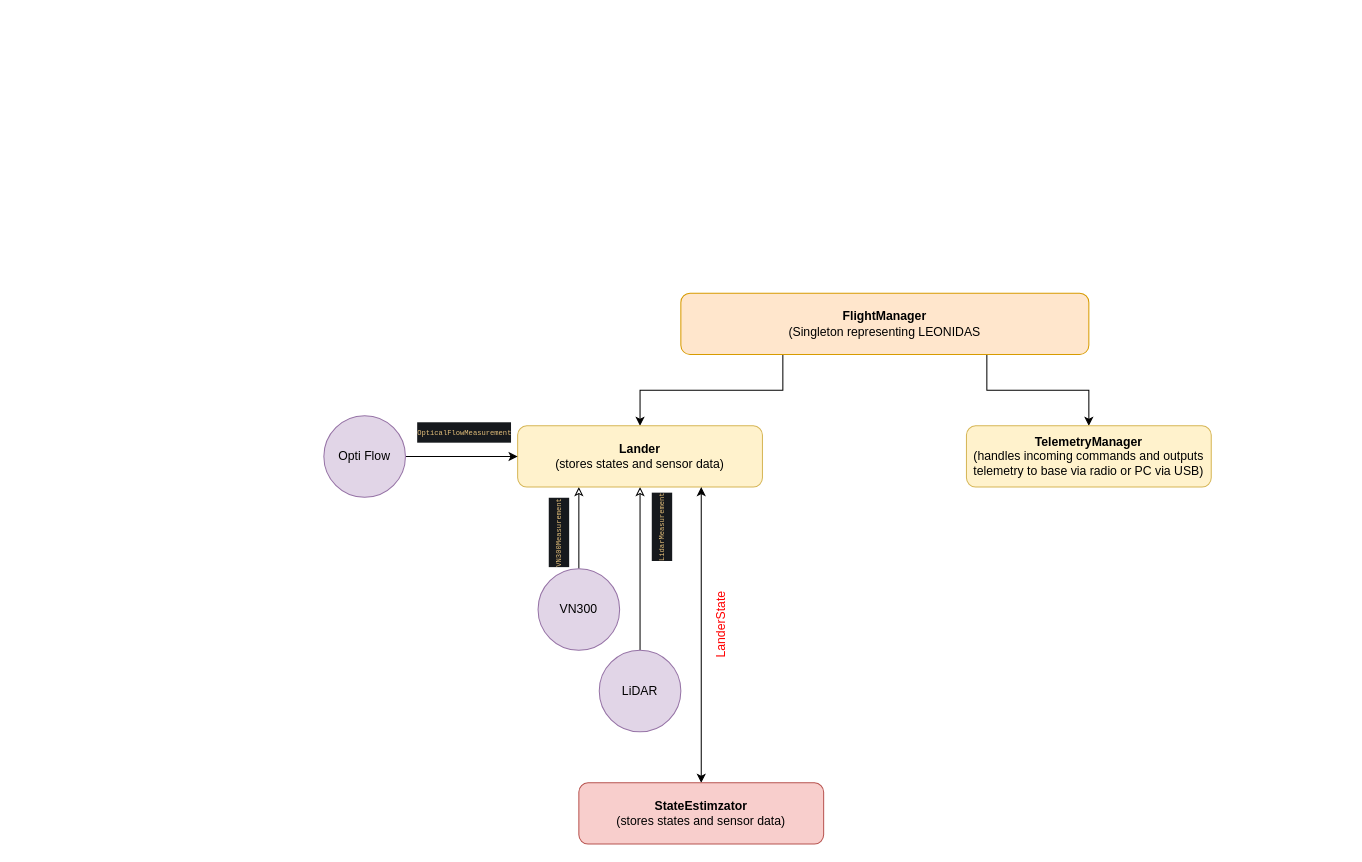
Before: notes/DIAGRAM.drawio in alexcrrera/leonidas-lander, a draw.io diagram. Source tidied: cells renumbered, new cells numbered last; positions are measured from the earlier drawing's top-left corner, leaving out a move shared by most shapes. Both pictures are drawn from the tidied source at 102%, with x=0, y=0 at pixel (323, 293).
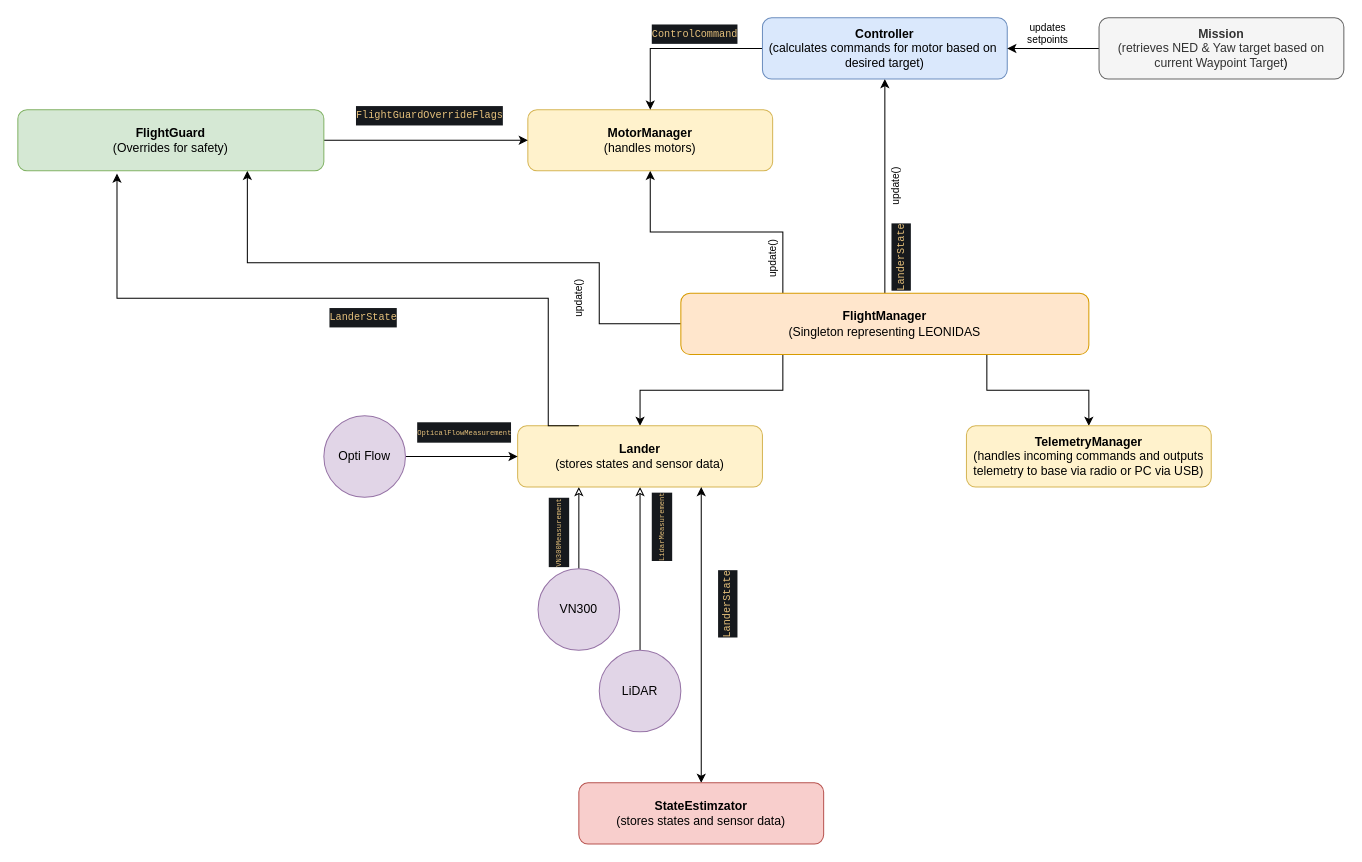
The same diagram, later.

The change refers to these unchanged cells:
```xml
<mxCell id="4" value="&lt;b&gt;FlightManager&lt;/b&gt;&lt;div&gt;(Singleton representing LEONIDAS&lt;/div&gt;" style="rounded=1;whiteSpace=wrap;html=1;fillColor=#ffe6cc;strokeColor=#d79b00;" parent="1" vertex="1">
  <mxGeometry x="350" width="400" height="60" as="geometry" />
</mxCell>
<mxCell id="7" value="&lt;b&gt;Lander&lt;/b&gt;&lt;div&gt;(stores states and sensor data)&lt;/div&gt;" style="rounded=1;whiteSpace=wrap;html=1;fillColor=#fff2cc;strokeColor=#d6b656;" parent="1" vertex="1">
  <mxGeometry x="190" y="130" width="240" height="60" as="geometry" />
</mxCell>
```

The edit, as a diff of the source:
```diff
@@
+    <mxCell id="19" style="edgeStyle=orthogonalEdgeStyle;rounded=0;jettySize=auto;html=1;exitX=0.25;exitY=0;exitDx=0;exitDy=0;entryX=0.5;entryY=1;entryDx=0;entryDy=0;" parent="1" edge="1" source="4" target="22">
+      <mxGeometry relative="1" as="geometry" />
+    </mxCell>
+    <mxCell id="20" style="edgeStyle=orthogonalEdgeStyle;rounded=0;jettySize=auto;html=1;exitX=0.5;exitY=0;exitDx=0;exitDy=0;entryX=0.5;entryY=1;entryDx=0;entryDy=0;" parent="1" edge="1" source="4" target="25">
+      <mxGeometry relative="1" as="geometry" />
+    </mxCell>
+    <mxCell id="21" style="edgeStyle=orthogonalEdgeStyle;rounded=0;jettySize=auto;html=1;exitX=0;exitY=0.5;exitDx=0;exitDy=0;entryX=0.75;entryY=1;entryDx=0;entryDy=0;" parent="1" edge="1" source="4" target="29">
+      <mxGeometry relative="1" as="geometry">
+        <Array as="points">
+          <mxPoint x="270" y="30" />
+          <mxPoint x="270" y="-30" />
+          <mxPoint x="-75" y="-30" />
+        </Array>
+      </mxGeometry>
+    </mxCell>
@@
-    <mxCell id="18" value="LanderState" style="text;html=1;align=center;verticalAlign=middle;whiteSpace=wrap;rounded=0;rotation=-90;fontColor=#FF0000;" parent="1" vertex="1">
-      <mxGeometry x="360" y="310" width="60" height="30" as="geometry" />
-    </mxCell>
+    <mxCell id="22" value="&lt;b&gt;MotorManager&lt;/b&gt;&lt;div&gt;(handles motors)&lt;/div&gt;" style="rounded=1;whiteSpace=wrap;html=1;fillColor=#fff2cc;strokeColor=#d6b656;" parent="1" vertex="1">
+      <mxGeometry x="200" y="-180" width="240" height="60" as="geometry" />
+    </mxCell>
+    <mxCell id="23" value="update()" style="text;html=1;align=center;verticalAlign=middle;whiteSpace=wrap;rounded=0;fontSize=10;rotation=-90;" parent="1" vertex="1">
+      <mxGeometry x="410" y="-49" width="60" height="30" as="geometry" />
+    </mxCell>
+    <mxCell id="24" style="edgeStyle=orthogonalEdgeStyle;rounded=0;jettySize=auto;html=1;exitX=0;exitY=0.5;exitDx=0;exitDy=0;" parent="1" edge="1" source="25" target="22">
+      <mxGeometry relative="1" as="geometry" />
+    </mxCell>
+    <mxCell id="25" value="&lt;div&gt;&lt;b&gt;Controller&lt;/b&gt;&lt;/div&gt;&lt;div&gt;(calculates commands for motor based on&amp;nbsp;&lt;/div&gt;&lt;div&gt;desired target)&lt;/div&gt;" style="rounded=1;whiteSpace=wrap;html=1;fillColor=#dae8fc;strokeColor=#6c8ebf;" parent="1" vertex="1">
+      <mxGeometry x="430" y="-270" width="240" height="60" as="geometry" />
+    </mxCell>
+    <mxCell id="26" value="update()" style="text;html=1;align=center;verticalAlign=middle;whiteSpace=wrap;rounded=0;fontSize=10;rotation=-90;" parent="1" vertex="1">
+      <mxGeometry x="530" y="-120" width="60" height="30" as="geometry" />
+    </mxCell>
+    <mxCell id="27" value="&lt;div style=&quot;color: rgb(171, 178, 191); background-color: rgb(22, 25, 29); font-family: Consolas, &amp;quot;Courier New&amp;quot;, monospace; font-weight: normal; line-height: 19px; white-space: pre;&quot;&gt;&lt;div&gt;&lt;div style=&quot;line-height: 19px;&quot;&gt;&lt;span style=&quot;color: rgb(229, 192, 123);&quot;&gt;&lt;font&gt;ControlCommand&lt;/font&gt;&lt;/span&gt;&lt;/div&gt;&lt;/div&gt;&lt;/div&gt;" style="text;whiteSpace=wrap;html=1;fontSize=10;" parent="1" vertex="1">
+      <mxGeometry x="320" y="-270" width="90" height="40" as="geometry" />
+    </mxCell>
+    <mxCell id="28" style="edgeStyle=orthogonalEdgeStyle;rounded=0;jettySize=auto;html=1;exitX=1;exitY=0.5;exitDx=0;exitDy=0;entryX=0;entryY=0.5;entryDx=0;entryDy=0;" parent="1" edge="1" source="29" target="22">
+      <mxGeometry relative="1" as="geometry" />
+    </mxCell>
+    <mxCell id="29" value="&lt;div&gt;&lt;b&gt;FlightGuard&lt;/b&gt;&lt;/div&gt;&lt;div&gt;(Overrides for safety)&lt;/div&gt;" style="rounded=1;whiteSpace=wrap;html=1;fillColor=#d5e8d4;strokeColor=#82b366;" parent="1" vertex="1">
+      <mxGeometry x="-300" y="-180" width="300" height="60" as="geometry" />
+    </mxCell>
+    <mxCell id="30" value="&lt;div style=&quot;color: rgb(171, 178, 191); background-color: rgb(22, 25, 29); font-family: Consolas, &amp;quot;Courier New&amp;quot;, monospace; font-weight: normal; line-height: 19px; white-space: pre;&quot;&gt;&lt;div&gt;&lt;span style=&quot;color: #e5c07b;&quot;&gt;FlightGuardOverrideFlags&lt;/span&gt;&lt;/div&gt;&lt;/div&gt;" style="text;whiteSpace=wrap;html=1;fontSize=10;" parent="1" vertex="1">
+      <mxGeometry x="30" y="-190" width="220" height="40" as="geometry" />
+    </mxCell>
+    <mxCell id="31" value="update()" style="text;html=1;align=center;verticalAlign=middle;whiteSpace=wrap;rounded=0;fontSize=10;rotation=-90;" parent="1" vertex="1">
+      <mxGeometry x="220" y="-10" width="60" height="30" as="geometry" />
+    </mxCell>
+    <mxCell id="32" style="edgeStyle=orthogonalEdgeStyle;rounded=0;jettySize=auto;html=1;exitX=0.25;exitY=0;exitDx=0;exitDy=0;entryX=0.324;entryY=1.045;entryDx=0;entryDy=0;entryPerimeter=0;" parent="1" edge="1" source="7" target="29">
+      <mxGeometry relative="1" as="geometry">
+        <Array as="points">
+          <mxPoint x="220" y="130" />
+          <mxPoint x="220" y="5" />
+          <mxPoint x="-203" y="5" />
+        </Array>
+      </mxGeometry>
+    </mxCell>
+    <mxCell id="33" value="&lt;div style=&quot;color: rgb(171, 178, 191); background-color: rgb(22, 25, 29); font-family: Consolas, &amp;quot;Courier New&amp;quot;, monospace; font-weight: normal; line-height: 19px; white-space: pre;&quot;&gt;&lt;div&gt;&lt;span style=&quot;color: #e5c07b;&quot;&gt;LanderState&lt;/span&gt;&lt;/div&gt;&lt;/div&gt;" style="text;whiteSpace=wrap;html=1;fontSize=10;" parent="1" vertex="1">
+      <mxGeometry x="4" y="8" width="90" height="30" as="geometry" />
+    </mxCell>
+    <mxCell id="34" value="&lt;div style=&quot;color: rgb(171, 178, 191); background-color: rgb(22, 25, 29); font-family: Consolas, &amp;quot;Courier New&amp;quot;, monospace; font-weight: normal; line-height: 19px; white-space: pre;&quot;&gt;&lt;div&gt;&lt;span style=&quot;color: #e5c07b;&quot;&gt;LanderState&lt;/span&gt;&lt;/div&gt;&lt;/div&gt;" style="text;whiteSpace=wrap;html=1;fontSize=10;rotation=-90;" parent="1" vertex="1">
+      <mxGeometry x="350" y="280" width="90" height="30" as="geometry" />
+    </mxCell>
+    <mxCell id="35" value="&lt;div style=&quot;color: rgb(171, 178, 191); background-color: rgb(22, 25, 29); font-family: Consolas, &amp;quot;Courier New&amp;quot;, monospace; font-weight: normal; line-height: 19px; white-space: pre;&quot;&gt;&lt;div&gt;&lt;span style=&quot;color: #e5c07b;&quot;&gt;LanderState&lt;/span&gt;&lt;/div&gt;&lt;/div&gt;" style="text;whiteSpace=wrap;html=1;fontSize=10;rotation=-90;" parent="1" vertex="1">
+      <mxGeometry x="520" y="-60" width="90" height="30" as="geometry" />
+    </mxCell>
+    <mxCell id="36" style="edgeStyle=orthogonalEdgeStyle;rounded=0;jettySize=auto;html=1;exitX=0;exitY=0.5;exitDx=0;exitDy=0;entryX=1;entryY=0.5;entryDx=0;entryDy=0;" parent="1" edge="1" source="37" target="25">
+      <mxGeometry relative="1" as="geometry" />
+    </mxCell>
+    <mxCell id="37" value="&lt;div&gt;&lt;b&gt;Mission&lt;/b&gt;&lt;/div&gt;&lt;div&gt;(retrieves NED &amp;amp; Yaw target based on current Waypoint Target&lt;span style=&quot;background-color: transparent; color: light-dark(rgb(0, 0, 0), rgb(255, 255, 255));&quot;&gt;)&lt;/span&gt;&lt;/div&gt;" style="rounded=1;whiteSpace=wrap;html=1;fillColor=#f5f5f5;strokeColor=#666666;fontColor=#333333;" parent="1" vertex="1">
+      <mxGeometry x="760" y="-270" width="240" height="60" as="geometry" />
+    </mxCell>
+    <mxCell id="38" value="updates setpoints" style="text;html=1;align=center;verticalAlign=middle;whiteSpace=wrap;rounded=0;fontSize=10;rotation=0;" parent="1" vertex="1">
+      <mxGeometry x="680" y="-270" width="60" height="30" as="geometry" />
+    </mxCell>
```
